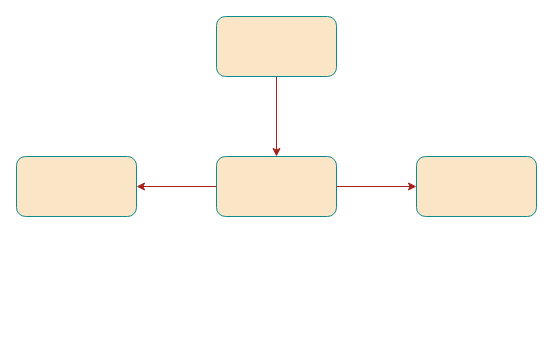
Earlier version of the draw.io diagram 未命名绘图.drawio (xie-dd/drawio). Source tidied: cells renumbered, new cells numbered last; positions are measured from the earlier drawing's top-left corner, leaving out a move shared by most shapes. Both pictures are drawn from the tidied source at 100%, with x=0, y=0 at pixel (16, 16).
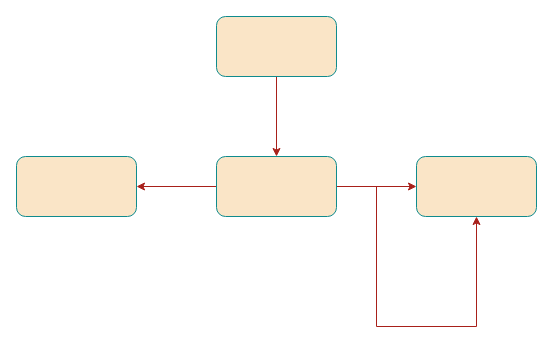
After the change.

Commit message (it also covers changes not shown here):
更新未命名绘图.drawio

Diff of the diagram source:
```diff
@@
 <mxGraphModel>
   <root>
     <mxCell id="0" />
     <mxCell id="1" parent="0" />
     <mxCell id="2" style="edgeStyle=orthogonalEdgeStyle;rounded=0;jettySize=auto;html=1;labelBackgroundColor=none;strokeColor=#A8201A;fontColor=default;" parent="1" edge="1" source="3" target="6">
       <mxGeometry relative="1" as="geometry" />
     </mxCell>
     <mxCell id="3" style="rounded=1;whiteSpace=wrap;html=1;labelBackgroundColor=none;fillColor=#FAE5C7;strokeColor=#0F8B8D;fontColor=#143642;" parent="1" vertex="1">
       <mxGeometry x="200" width="120" height="60" as="geometry" />
     </mxCell>
     <mxCell id="4" style="edgeStyle=orthogonalEdgeStyle;rounded=0;jettySize=auto;html=1;labelBackgroundColor=none;strokeColor=#A8201A;fontColor=default;" parent="1" edge="1" source="6" target="7">
       <mxGeometry relative="1" as="geometry" />
     </mxCell>
     <mxCell id="5" style="edgeStyle=orthogonalEdgeStyle;rounded=0;jettySize=auto;html=1;labelBackgroundColor=none;strokeColor=#A8201A;fontColor=default;" parent="1" edge="1" source="6" target="8">
       <mxGeometry relative="1" as="geometry" />
     </mxCell>
+    <mxCell id="9" style="edgeStyle=orthogonalEdgeStyle;rounded=0;jettySize=auto;html=1;entryX=0.5;entryY=1;entryDx=0;entryDy=0;strokeColor=#A8201A;fontColor=#143642;fillColor=#FAE5C7;" parent="1" edge="1" source="6" target="8">
+      <mxGeometry relative="1" as="geometry">
+        <Array as="points">
+          <mxPoint x="360" y="170" />
+          <mxPoint x="360" y="310" />
+          <mxPoint x="460" y="310" />
+        </Array>
+      </mxGeometry>
+    </mxCell>
     <mxCell id="6" style="whiteSpace=wrap;html=1;rounded=1;labelBackgroundColor=none;fillColor=#FAE5C7;strokeColor=#0F8B8D;fontColor=#143642;" parent="1" vertex="1">
       <mxGeometry x="200" y="140" width="120" height="60" as="geometry" />
     </mxCell>
     <mxCell id="7" style="whiteSpace=wrap;html=1;rounded=1;labelBackgroundColor=none;fillColor=#FAE5C7;strokeColor=#0F8B8D;fontColor=#143642;" parent="1" vertex="1">
       <mxGeometry y="140" width="120" height="60" as="geometry" />
     </mxCell>
     <mxCell id="8" style="whiteSpace=wrap;html=1;rounded=1;labelBackgroundColor=none;fillColor=#FAE5C7;strokeColor=#0F8B8D;fontColor=#143642;" parent="1" vertex="1">
       <mxGeometry x="400" y="140" width="120" height="60" as="geometry" />
     </mxCell>
   </root>
 </mxGraphModel>
```
